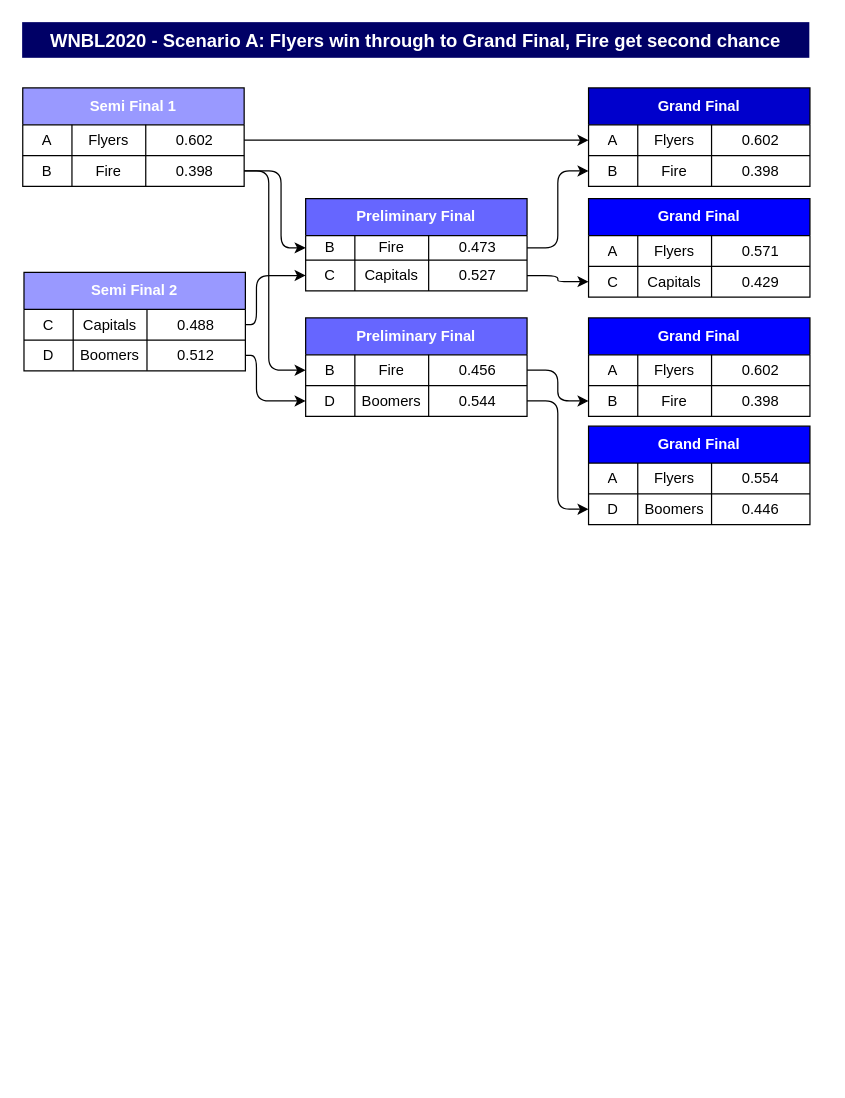
Earlier version of the draw.io diagram misc/finals_bracket_2020.drawio (vass1138/wnbl). Source tidied: cells renumbered, new cells numbered last; positions are measured from the earlier drawing's top-left corner, leaving out a move shared by most shapes. Both pictures are drawn from the tidied source at 123%, with x=0, y=0 at pixel (21, 21).
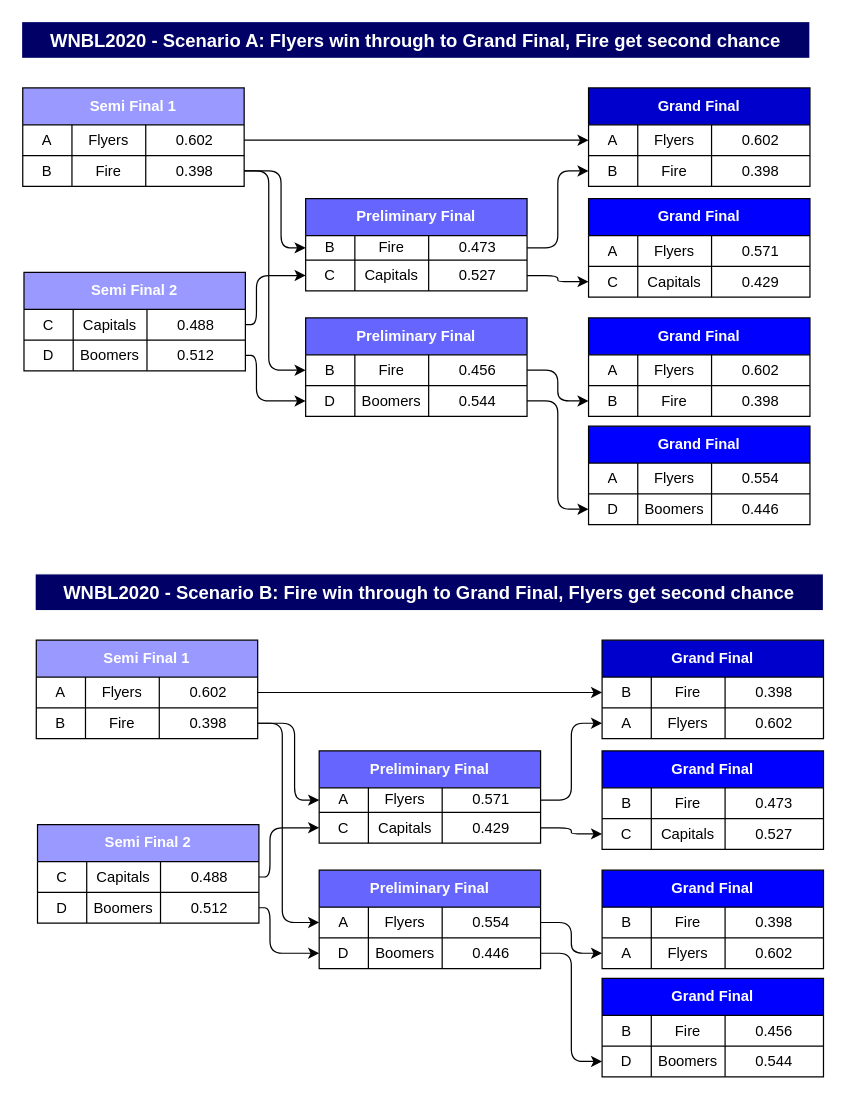
Above is the later version.

Change to the diagram source:
```diff
@@
+    <mxCell id="84" value="Semi Final 1" style="shape=table;html=1;whiteSpace=wrap;startSize=30;childLayout=tableLayout;fontStyle=1;align=center;fontColor=#FFFFFF;fillColor=#9999FF;" parent="1" vertex="1">
+      <mxGeometry x="12" y="503" width="180" height="80" as="geometry" />
+    </mxCell>
+    <mxCell id="85" style="shape=partialRectangle;html=1;whiteSpace=wrap;fillColor=none;top=0;left=0;bottom=0;right=0;points=[[0,0.5],[1,0.5]];portConstraint=eastwest;" parent="84" vertex="1">
+      <mxGeometry y="30" width="180" height="25" as="geometry" />
+    </mxCell>
+    <mxCell id="86" value="A" style="shape=partialRectangle;html=1;whiteSpace=wrap;fillColor=none;top=0;left=0;bottom=0;right=0;overflow=hidden;" parent="85" vertex="1">
+      <mxGeometry width="40" height="25" as="geometry" />
+    </mxCell>
+    <mxCell id="87" value="Flyers" style="shape=partialRectangle;html=1;whiteSpace=wrap;fillColor=none;top=0;left=0;bottom=0;right=0;overflow=hidden;" parent="85" vertex="1">
+      <mxGeometry x="40" width="60" height="25" as="geometry" />
+    </mxCell>
+    <mxCell id="88" value="0.602" style="shape=partialRectangle;html=1;whiteSpace=wrap;fillColor=none;top=0;left=0;bottom=0;right=0;overflow=hidden;" parent="85" vertex="1">
+      <mxGeometry x="100" width="80" height="25" as="geometry" />
+    </mxCell>
+    <mxCell id="89" style="shape=partialRectangle;html=1;whiteSpace=wrap;fillColor=none;top=0;left=0;bottom=0;right=0;points=[[0,0.5],[1,0.5]];portConstraint=eastwest;" parent="84" vertex="1">
+      <mxGeometry y="55" width="180" height="25" as="geometry" />
+    </mxCell>
+    <mxCell id="90" value="B" style="shape=partialRectangle;html=1;whiteSpace=wrap;fillColor=none;top=0;left=0;bottom=0;right=0;overflow=hidden;" parent="89" vertex="1">
+      <mxGeometry width="40" height="25" as="geometry" />
+    </mxCell>
+    <mxCell id="91" value="Fire" style="shape=partialRectangle;html=1;whiteSpace=wrap;fillColor=none;top=0;left=0;bottom=0;right=0;overflow=hidden;" parent="89" vertex="1">
+      <mxGeometry x="40" width="60" height="25" as="geometry" />
+    </mxCell>
+    <mxCell id="92" value="0.398" style="shape=partialRectangle;html=1;whiteSpace=wrap;fillColor=none;top=0;left=0;bottom=0;right=0;overflow=hidden;" parent="89" vertex="1">
+      <mxGeometry x="100" width="80" height="25" as="geometry" />
+    </mxCell>
+    <mxCell id="93" value="Semi Final 2" style="shape=table;html=1;whiteSpace=wrap;startSize=30;childLayout=tableLayout;fontStyle=1;align=center;fontColor=#FFFFFF;fillColor=#9999FF;" parent="1" vertex="1">
+      <mxGeometry x="13" y="653" width="180" height="80" as="geometry" />
+    </mxCell>
+    <mxCell id="94" style="shape=partialRectangle;html=1;whiteSpace=wrap;fillColor=none;top=0;left=0;bottom=0;right=0;points=[[0,0.5],[1,0.5]];portConstraint=eastwest;" parent="93" vertex="1">
+      <mxGeometry y="30" width="180" height="25" as="geometry" />
+    </mxCell>
+    <mxCell id="95" value="C" style="shape=partialRectangle;html=1;whiteSpace=wrap;fillColor=none;top=0;left=0;bottom=0;right=0;overflow=hidden;" parent="94" vertex="1">
+      <mxGeometry width="40" height="25" as="geometry" />
+    </mxCell>
+    <mxCell id="96" value="Capitals" style="shape=partialRectangle;html=1;whiteSpace=wrap;fillColor=none;top=0;left=0;bottom=0;right=0;overflow=hidden;" parent="94" vertex="1">
+      <mxGeometry x="40" width="60" height="25" as="geometry" />
+    </mxCell>
+    <mxCell id="97" value="0.488" style="shape=partialRectangle;html=1;whiteSpace=wrap;fillColor=none;top=0;left=0;bottom=0;right=0;overflow=hidden;" parent="94" vertex="1">
+      <mxGeometry x="100" width="80" height="25" as="geometry" />
+    </mxCell>
+    <mxCell id="98" style="shape=partialRectangle;html=1;whiteSpace=wrap;fillColor=none;top=0;left=0;bottom=0;right=0;points=[[0,0.5],[1,0.5]];portConstraint=eastwest;" parent="93" vertex="1">
+      <mxGeometry y="55" width="180" height="25" as="geometry" />
+    </mxCell>
+    <mxCell id="99" value="D" style="shape=partialRectangle;html=1;whiteSpace=wrap;fillColor=none;top=0;left=0;bottom=0;right=0;overflow=hidden;" parent="98" vertex="1">
+      <mxGeometry width="40" height="25" as="geometry" />
+    </mxCell>
+    <mxCell id="100" value="Boomers" style="shape=partialRectangle;html=1;whiteSpace=wrap;fillColor=none;top=0;left=0;bottom=0;right=0;overflow=hidden;" parent="98" vertex="1">
+      <mxGeometry x="40" width="60" height="25" as="geometry" />
+    </mxCell>
+    <mxCell id="101" value="0.512" style="shape=partialRectangle;html=1;whiteSpace=wrap;fillColor=none;top=0;left=0;bottom=0;right=0;overflow=hidden;" parent="98" vertex="1">
+      <mxGeometry x="100" width="80" height="25" as="geometry" />
+    </mxCell>
+    <mxCell id="102" value="Preliminary Final" style="shape=table;html=1;whiteSpace=wrap;startSize=30;childLayout=tableLayout;fontStyle=1;align=center;fillColor=#6666FF;fontColor=#FFFFFF;" parent="1" vertex="1">
+      <mxGeometry x="242" y="593" width="180" height="75" as="geometry" />
+    </mxCell>
+    <mxCell id="103" style="shape=partialRectangle;html=1;whiteSpace=wrap;fillColor=none;top=0;left=0;bottom=0;right=0;points=[[0,0.5],[1,0.5]];portConstraint=eastwest;" parent="102" vertex="1">
+      <mxGeometry y="30" width="180" height="20" as="geometry" />
+    </mxCell>
+    <mxCell id="104" value="A" style="shape=partialRectangle;html=1;whiteSpace=wrap;fillColor=none;top=0;left=0;bottom=0;right=0;overflow=hidden;" parent="103" vertex="1">
+      <mxGeometry width="40" height="20" as="geometry" />
+    </mxCell>
+    <mxCell id="105" value="Flyers" style="shape=partialRectangle;html=1;whiteSpace=wrap;fillColor=none;top=0;left=0;bottom=0;right=0;overflow=hidden;" parent="103" vertex="1">
+      <mxGeometry x="40" width="60" height="20" as="geometry" />
+    </mxCell>
+    <mxCell id="106" value="0.571" style="shape=partialRectangle;html=1;whiteSpace=wrap;fillColor=none;top=0;left=0;bottom=0;right=0;overflow=hidden;" parent="103" vertex="1">
+      <mxGeometry x="100" width="80" height="20" as="geometry" />
+    </mxCell>
+    <mxCell id="107" style="shape=partialRectangle;html=1;whiteSpace=wrap;fillColor=none;top=0;left=0;bottom=0;right=0;points=[[0,0.5],[1,0.5]];portConstraint=eastwest;" parent="102" vertex="1">
+      <mxGeometry y="50" width="180" height="25" as="geometry" />
+    </mxCell>
+    <mxCell id="108" value="C" style="shape=partialRectangle;html=1;whiteSpace=wrap;fillColor=none;top=0;left=0;bottom=0;right=0;overflow=hidden;" parent="107" vertex="1">
+      <mxGeometry width="40" height="25" as="geometry" />
+    </mxCell>
+    <mxCell id="109" value="Capitals" style="shape=partialRectangle;html=1;whiteSpace=wrap;fillColor=none;top=0;left=0;bottom=0;right=0;overflow=hidden;" parent="107" vertex="1">
+      <mxGeometry x="40" width="60" height="25" as="geometry" />
+    </mxCell>
+    <mxCell id="110" value="0.429" style="shape=partialRectangle;html=1;whiteSpace=wrap;fillColor=none;top=0;left=0;bottom=0;right=0;overflow=hidden;" parent="107" vertex="1">
+      <mxGeometry x="100" width="80" height="25" as="geometry" />
+    </mxCell>
+    <mxCell id="111" value="Preliminary Final" style="shape=table;html=1;whiteSpace=wrap;startSize=30;childLayout=tableLayout;fontStyle=1;align=center;fillColor=#6666FF;fontColor=#FFFFFF;" parent="1" vertex="1">
+      <mxGeometry x="242" y="690" width="180" height="80" as="geometry" />
+    </mxCell>
+    <mxCell id="112" style="shape=partialRectangle;html=1;whiteSpace=wrap;fillColor=none;top=0;left=0;bottom=0;right=0;points=[[0,0.5],[1,0.5]];portConstraint=eastwest;" parent="111" vertex="1">
+      <mxGeometry y="30" width="180" height="25" as="geometry" />
+    </mxCell>
+    <mxCell id="113" value="A" style="shape=partialRectangle;html=1;whiteSpace=wrap;fillColor=none;top=0;left=0;bottom=0;right=0;overflow=hidden;" parent="112" vertex="1">
+      <mxGeometry width="40" height="25" as="geometry" />
+    </mxCell>
+    <mxCell id="114" value="Flyers" style="shape=partialRectangle;html=1;whiteSpace=wrap;fillColor=none;top=0;left=0;bottom=0;right=0;overflow=hidden;" parent="112" vertex="1">
+      <mxGeometry x="40" width="60" height="25" as="geometry" />
+    </mxCell>
+    <mxCell id="115" value="0.554" style="shape=partialRectangle;html=1;whiteSpace=wrap;fillColor=none;top=0;left=0;bottom=0;right=0;overflow=hidden;" parent="112" vertex="1">
+      <mxGeometry x="100" width="80" height="25" as="geometry" />
+    </mxCell>
+    <mxCell id="116" style="shape=partialRectangle;html=1;whiteSpace=wrap;fillColor=none;top=0;left=0;bottom=0;right=0;points=[[0,0.5],[1,0.5]];portConstraint=eastwest;" parent="111" vertex="1">
+      <mxGeometry y="55" width="180" height="25" as="geometry" />
+    </mxCell>
+    <mxCell id="117" value="D" style="shape=partialRectangle;html=1;whiteSpace=wrap;fillColor=none;top=0;left=0;bottom=0;right=0;overflow=hidden;" parent="116" vertex="1">
+      <mxGeometry width="40" height="25" as="geometry" />
+    </mxCell>
+    <mxCell id="118" value="Boomers" style="shape=partialRectangle;html=1;whiteSpace=wrap;fillColor=none;top=0;left=0;bottom=0;right=0;overflow=hidden;" parent="116" vertex="1">
+      <mxGeometry x="40" width="60" height="25" as="geometry" />
+    </mxCell>
+    <mxCell id="119" value="0.446" style="shape=partialRectangle;html=1;whiteSpace=wrap;fillColor=none;top=0;left=0;bottom=0;right=0;overflow=hidden;" parent="116" vertex="1">
+      <mxGeometry x="100" width="80" height="25" as="geometry" />
+    </mxCell>
+    <mxCell id="120" value="Grand Final" style="shape=table;html=1;whiteSpace=wrap;startSize=30;childLayout=tableLayout;fontStyle=1;align=center;fillColor=#0000CC;fontColor=#FFFFFF;" parent="1" vertex="1">
+      <mxGeometry x="472" y="503" width="180" height="80" as="geometry" />
+    </mxCell>
+    <mxCell id="121" style="shape=partialRectangle;html=1;whiteSpace=wrap;fillColor=none;top=0;left=0;bottom=0;right=0;points=[[0,0.5],[1,0.5]];portConstraint=eastwest;" parent="120" vertex="1">
+      <mxGeometry y="30" width="180" height="25" as="geometry" />
+    </mxCell>
+    <mxCell id="122" value="B" style="shape=partialRectangle;html=1;whiteSpace=wrap;fillColor=none;top=0;left=0;bottom=0;right=0;overflow=hidden;" parent="121" vertex="1">
+      <mxGeometry width="40" height="25" as="geometry" />
+    </mxCell>
+    <mxCell id="123" value="Fire" style="shape=partialRectangle;html=1;whiteSpace=wrap;fillColor=none;top=0;left=0;bottom=0;right=0;overflow=hidden;" parent="121" vertex="1">
+      <mxGeometry x="40" width="60" height="25" as="geometry" />
+    </mxCell>
+    <mxCell id="124" value="0.398" style="shape=partialRectangle;html=1;whiteSpace=wrap;fillColor=none;top=0;left=0;bottom=0;right=0;overflow=hidden;" parent="121" vertex="1">
+      <mxGeometry x="100" width="80" height="25" as="geometry" />
+    </mxCell>
+    <mxCell id="125" style="shape=partialRectangle;html=1;whiteSpace=wrap;fillColor=none;top=0;left=0;bottom=0;right=0;points=[[0,0.5],[1,0.5]];portConstraint=eastwest;" parent="120" vertex="1">
+      <mxGeometry y="55" width="180" height="25" as="geometry" />
+    </mxCell>
+    <mxCell id="126" value="A" style="shape=partialRectangle;html=1;whiteSpace=wrap;fillColor=none;top=0;left=0;bottom=0;right=0;overflow=hidden;" parent="125" vertex="1">
+      <mxGeometry width="40" height="25" as="geometry" />
+    </mxCell>
+    <mxCell id="127" value="Flyers" style="shape=partialRectangle;html=1;whiteSpace=wrap;fillColor=none;top=0;left=0;bottom=0;right=0;overflow=hidden;" parent="125" vertex="1">
+      <mxGeometry x="40" width="60" height="25" as="geometry" />
+    </mxCell>
+    <mxCell id="128" value="0.602" style="shape=partialRectangle;html=1;whiteSpace=wrap;fillColor=none;top=0;left=0;bottom=0;right=0;overflow=hidden;" parent="125" vertex="1">
+      <mxGeometry x="100" width="80" height="25" as="geometry" />
+    </mxCell>
+    <mxCell id="129" value="Grand Final" style="shape=table;html=1;whiteSpace=wrap;startSize=30;childLayout=tableLayout;fontStyle=1;align=center;fillColor=#0000FF;fontColor=#FFFFFF;" parent="1" vertex="1">
+      <mxGeometry x="472" y="593" width="180" height="80" as="geometry" />
+    </mxCell>
+    <mxCell id="130" style="shape=partialRectangle;html=1;whiteSpace=wrap;fillColor=none;top=0;left=0;bottom=0;right=0;" parent="129" vertex="1">
+      <mxGeometry y="30" width="180" height="25" as="geometry" />
+    </mxCell>
+    <mxCell id="131" value="B" style="shape=partialRectangle;html=1;whiteSpace=wrap;fillColor=none;top=0;left=0;bottom=0;right=0;overflow=hidden;" parent="130" vertex="1">
+      <mxGeometry width="40" height="25" as="geometry" />
+    </mxCell>
+    <mxCell id="132" value="Fire" style="shape=partialRectangle;html=1;whiteSpace=wrap;fillColor=none;top=0;left=0;bottom=0;right=0;overflow=hidden;" parent="130" vertex="1">
+      <mxGeometry x="40" width="60" height="25" as="geometry" />
+    </mxCell>
+    <mxCell id="133" value="0.473" style="shape=partialRectangle;html=1;whiteSpace=wrap;fillColor=none;top=0;left=0;bottom=0;right=0;overflow=hidden;" parent="130" vertex="1">
+      <mxGeometry x="100" width="80" height="25" as="geometry" />
+    </mxCell>
+    <mxCell id="134" style="shape=partialRectangle;html=1;whiteSpace=wrap;fillColor=none;top=0;left=0;bottom=0;right=0;points=[[0,0.5],[1,0.5]];portConstraint=eastwest;" parent="129" vertex="1">
+      <mxGeometry y="55" width="180" height="25" as="geometry" />
+    </mxCell>
+    <mxCell id="135" value="C" style="shape=partialRectangle;html=1;whiteSpace=wrap;fillColor=none;top=0;left=0;bottom=0;right=0;overflow=hidden;" parent="134" vertex="1">
+      <mxGeometry width="40" height="25" as="geometry" />
+    </mxCell>
+    <mxCell id="136" value="Capitals" style="shape=partialRectangle;html=1;whiteSpace=wrap;fillColor=none;top=0;left=0;bottom=0;right=0;overflow=hidden;" parent="134" vertex="1">
+      <mxGeometry x="40" width="60" height="25" as="geometry" />
+    </mxCell>
+    <mxCell id="137" value="0.527" style="shape=partialRectangle;html=1;whiteSpace=wrap;fillColor=none;top=0;left=0;bottom=0;right=0;overflow=hidden;" parent="134" vertex="1">
+      <mxGeometry x="100" width="80" height="25" as="geometry" />
+    </mxCell>
+    <mxCell id="138" value="Grand Final" style="shape=table;html=1;whiteSpace=wrap;startSize=30;childLayout=tableLayout;fontStyle=1;align=center;fillColor=#0000FF;fontColor=#FFFFFF;" parent="1" vertex="1">
+      <mxGeometry x="472" y="690" width="180" height="80" as="geometry" />
+    </mxCell>
+    <mxCell id="139" style="shape=partialRectangle;html=1;whiteSpace=wrap;fillColor=none;top=0;left=0;bottom=0;right=0;" parent="138" vertex="1">
+      <mxGeometry y="30" width="180" height="25" as="geometry" />
+    </mxCell>
+    <mxCell id="140" value="B" style="shape=partialRectangle;html=1;whiteSpace=wrap;fillColor=none;top=0;left=0;bottom=0;right=0;overflow=hidden;" parent="139" vertex="1">
+      <mxGeometry width="40" height="25" as="geometry" />
+    </mxCell>
+    <mxCell id="141" value="Fire" style="shape=partialRectangle;html=1;whiteSpace=wrap;fillColor=none;top=0;left=0;bottom=0;right=0;overflow=hidden;" parent="139" vertex="1">
+      <mxGeometry x="40" width="60" height="25" as="geometry" />
+    </mxCell>
+    <mxCell id="142" value="0.398" style="shape=partialRectangle;html=1;whiteSpace=wrap;fillColor=none;top=0;left=0;bottom=0;right=0;overflow=hidden;" parent="139" vertex="1">
+      <mxGeometry x="100" width="80" height="25" as="geometry" />
+    </mxCell>
+    <mxCell id="143" style="shape=partialRectangle;html=1;whiteSpace=wrap;fillColor=none;top=0;left=0;bottom=0;right=0;points=[[0,0.5],[1,0.5]];portConstraint=eastwest;" parent="138" vertex="1">
+      <mxGeometry y="55" width="180" height="25" as="geometry" />
+    </mxCell>
+    <mxCell id="144" value="A" style="shape=partialRectangle;html=1;whiteSpace=wrap;fillColor=none;top=0;left=0;bottom=0;right=0;overflow=hidden;" parent="143" vertex="1">
+      <mxGeometry width="40" height="25" as="geometry" />
+    </mxCell>
+    <mxCell id="145" value="Flyers" style="shape=partialRectangle;html=1;whiteSpace=wrap;fillColor=none;top=0;left=0;bottom=0;right=0;overflow=hidden;" parent="143" vertex="1">
+      <mxGeometry x="40" width="60" height="25" as="geometry" />
+    </mxCell>
+    <mxCell id="146" value="0.602" style="shape=partialRectangle;html=1;whiteSpace=wrap;fillColor=none;top=0;left=0;bottom=0;right=0;overflow=hidden;" parent="143" vertex="1">
+      <mxGeometry x="100" width="80" height="25" as="geometry" />
+    </mxCell>
+    <mxCell id="147" value="Grand Final" style="shape=table;html=1;whiteSpace=wrap;startSize=30;childLayout=tableLayout;fontStyle=1;align=center;fillColor=#0000FF;fontColor=#FFFFFF;" parent="1" vertex="1">
+      <mxGeometry x="472" y="778" width="180" height="80" as="geometry" />
+    </mxCell>
+    <mxCell id="148" style="shape=partialRectangle;html=1;whiteSpace=wrap;fillColor=none;top=0;left=0;bottom=0;right=0;" parent="147" vertex="1">
+      <mxGeometry y="30" width="180" height="25" as="geometry" />
+    </mxCell>
+    <mxCell id="149" value="B" style="shape=partialRectangle;html=1;whiteSpace=wrap;fillColor=none;top=0;left=0;bottom=0;right=0;overflow=hidden;" parent="148" vertex="1">
+      <mxGeometry width="40" height="25" as="geometry" />
+    </mxCell>
+    <mxCell id="150" value="Fire" style="shape=partialRectangle;html=1;whiteSpace=wrap;fillColor=none;top=0;left=0;bottom=0;right=0;overflow=hidden;" parent="148" vertex="1">
+      <mxGeometry x="40" width="60" height="25" as="geometry" />
+    </mxCell>
+    <mxCell id="151" value="0.456" style="shape=partialRectangle;html=1;whiteSpace=wrap;fillColor=none;top=0;left=0;bottom=0;right=0;overflow=hidden;" parent="148" vertex="1">
+      <mxGeometry x="100" width="80" height="25" as="geometry" />
+    </mxCell>
+    <mxCell id="152" style="shape=partialRectangle;html=1;whiteSpace=wrap;fillColor=none;top=0;left=0;bottom=0;right=0;points=[[0,0.5],[1,0.5]];portConstraint=eastwest;" parent="147" vertex="1">
+      <mxGeometry y="55" width="180" height="25" as="geometry" />
+    </mxCell>
+    <mxCell id="153" value="D" style="shape=partialRectangle;html=1;whiteSpace=wrap;fillColor=none;top=0;left=0;bottom=0;right=0;overflow=hidden;" parent="152" vertex="1">
+      <mxGeometry width="40" height="25" as="geometry" />
+    </mxCell>
+    <mxCell id="154" value="Boomers" style="shape=partialRectangle;html=1;whiteSpace=wrap;fillColor=none;top=0;left=0;bottom=0;right=0;overflow=hidden;" parent="152" vertex="1">
+      <mxGeometry x="40" width="60" height="25" as="geometry" />
+    </mxCell>
+    <mxCell id="155" value="0.544" style="shape=partialRectangle;html=1;whiteSpace=wrap;fillColor=none;top=0;left=0;bottom=0;right=0;overflow=hidden;" parent="152" vertex="1">
+      <mxGeometry x="100" width="80" height="25" as="geometry" />
+    </mxCell>
+    <mxCell id="156" style="edgeStyle=elbowEdgeStyle;elbow=horizontal;endArrow=classic;html=1;entryX=0;entryY=0.5;entryDx=0;entryDy=0;exitX=1;exitY=0.5;exitDx=0;exitDy=0;" parent="1" edge="1" source="89" target="103">
+      <mxGeometry relative="1" as="geometry">
+        <Array as="points">
+          <mxPoint x="222" y="640" />
+        </Array>
+      </mxGeometry>
+    </mxCell>
+    <mxCell id="157" style="edgeStyle=elbowEdgeStyle;elbow=horizontal;endArrow=classic;html=1;exitX=1;exitY=0.5;exitDx=0;exitDy=0;" parent="1" edge="1" source="89" target="112">
+      <mxGeometry relative="1" as="geometry">
+        <Array as="points">
+          <mxPoint x="212" y="710" />
+        </Array>
+      </mxGeometry>
+    </mxCell>
+    <mxCell id="158" style="edgeStyle=elbowEdgeStyle;elbow=horizontal;endArrow=classic;html=1;exitX=1;exitY=0.5;exitDx=0;exitDy=0;entryX=0;entryY=0.5;entryDx=0;entryDy=0;" parent="1" edge="1" source="94" target="107">
+      <mxGeometry relative="1" as="geometry">
+        <Array as="points">
+          <mxPoint x="202" y="653" />
+        </Array>
+      </mxGeometry>
+    </mxCell>
+    <mxCell id="159" style="edgeStyle=elbowEdgeStyle;elbow=horizontal;endArrow=classic;html=1;entryX=0;entryY=0.5;entryDx=0;entryDy=0;exitX=1;exitY=0.5;exitDx=0;exitDy=0;" parent="1" edge="1" source="112" target="143">
+      <mxGeometry relative="1" as="geometry" />
+    </mxCell>
+    <mxCell id="160" style="edgeStyle=elbowEdgeStyle;elbow=horizontal;endArrow=classic;html=1;exitX=1;exitY=0.5;exitDx=0;exitDy=0;entryX=0;entryY=0.5;entryDx=0;entryDy=0;" parent="1" edge="1" source="98" target="116">
+      <mxGeometry relative="1" as="geometry">
+        <Array as="points">
+          <mxPoint x="202" y="733" />
+        </Array>
+      </mxGeometry>
+    </mxCell>
+    <mxCell id="161" style="edgeStyle=elbowEdgeStyle;elbow=horizontal;endArrow=classic;html=1;entryX=0;entryY=0.5;entryDx=0;entryDy=0;exitX=1;exitY=0.5;exitDx=0;exitDy=0;" parent="1" edge="1" source="103" target="125">
+      <mxGeometry relative="1" as="geometry" />
+    </mxCell>
+    <mxCell id="162" style="edgeStyle=elbowEdgeStyle;elbow=horizontal;endArrow=classic;html=1;exitX=1;exitY=0.5;exitDx=0;exitDy=0;" parent="1" edge="1" source="85" target="121">
+      <mxGeometry relative="1" as="geometry" />
+    </mxCell>
+    <mxCell id="163" style="edgeStyle=elbowEdgeStyle;elbow=horizontal;endArrow=classic;html=1;entryX=0;entryY=0.5;entryDx=0;entryDy=0;exitX=1;exitY=0.5;exitDx=0;exitDy=0;" parent="1" edge="1" source="107" target="134">
+      <mxGeometry relative="1" as="geometry" />
+    </mxCell>
+    <mxCell id="164" style="edgeStyle=elbowEdgeStyle;elbow=horizontal;endArrow=classic;html=1;entryX=0;entryY=0.5;entryDx=0;entryDy=0;exitX=1;exitY=0.5;exitDx=0;exitDy=0;" parent="1" edge="1" source="116" target="152">
+      <mxGeometry relative="1" as="geometry" />
+    </mxCell>
+    <mxCell id="165" value="WNBL2020 - Scenario B: Fire win through to Grand Final, Flyers get second chance" style="rounded=0;whiteSpace=wrap;html=1;strokeColor=#FFFFFF;fontStyle=1;fillColor=#000066;fontColor=#FFFFFF;fontSize=15;" parent="1" vertex="1">
+      <mxGeometry x="11" y="449" width="641" height="30" as="geometry" />
+    </mxCell>
```
